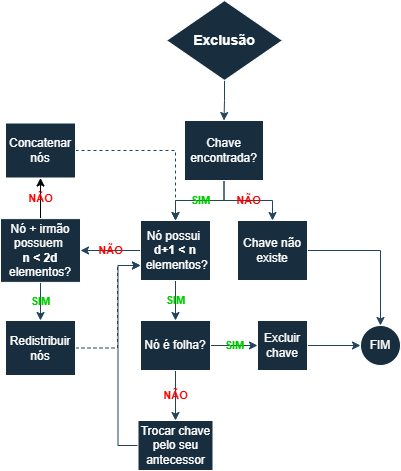
Above: fluxograma_exclusao_arvore-b.png in FilipeFCampos/EDB2-U3 (draw.io), before the change. Source tidied: cells renumbered, new cells last; positions are measured from the earlier drawing's top-left corner, leaving out a move shared by most shapes.
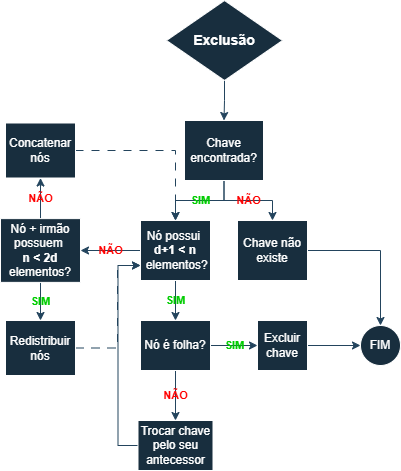
The same diagram one commit later.

Commit message:
Fluxograma melhorado

Change to the diagram source:
```diff
@@ -56,7 +56,7 @@
     <mxCell id="19" value="Trocar chave pelo seu antecessor" style="rounded=0;whiteSpace=wrap;html=1;labelBackgroundColor=none;fillColor=#182E3E;strokeColor=#FFFFFF;fontColor=#FFFFFF;" parent="1" vertex="1">
       <mxGeometry x="137.5" y="420" width="75" height="50" as="geometry" />
     </mxCell>
-    <mxCell id="20" style="edgeStyle=orthogonalEdgeStyle;rounded=0;jettySize=auto;html=1;exitX=1;exitY=0.5;exitDx=0;exitDy=0;entryX=0.5;entryY=0;entryDx=0;entryDy=0;strokeColor=#23445D;dashed=1;" parent="1" edge="1" source="21" target="9">
+    <mxCell id="20" style="edgeStyle=orthogonalEdgeStyle;rounded=0;jettySize=auto;html=1;exitX=1;exitY=0.5;exitDx=0;exitDy=0;entryX=0.5;entryY=0;entryDx=0;entryDy=0;strokeColor=#23445D;dashed=1;dashPattern=8 8;" parent="1" edge="1" source="21" target="9">
       <mxGeometry relative="1" as="geometry" />
     </mxCell>
     <mxCell id="21" value="Concatenar nós" style="rounded=0;whiteSpace=wrap;html=1;labelBackgroundColor=none;fillColor=#182E3E;strokeColor=#FFFFFF;fontColor=#FFFFFF;" parent="1" vertex="1">
@@ -65,13 +65,13 @@
     <mxCell id="22" value="SIM" style="edgeStyle=orthogonalEdgeStyle;rounded=0;jettySize=auto;html=1;exitX=0.5;exitY=1;exitDx=0;exitDy=0;strokeColor=#23445D;fontStyle=1;entryX=0.5;entryY=0;entryDx=0;entryDy=0;labelBackgroundColor=none;fontColor=#00CC00;" parent="1" edge="1" source="24" target="26">
       <mxGeometry relative="1" as="geometry" />
     </mxCell>
-    <mxCell id="23" value="NÃO" style="edgeStyle=orthogonalEdgeStyle;rounded=0;jettySize=auto;html=1;labelBackgroundColor=none;fontColor=#FF0000;fontStyle=1;" parent="1" edge="1" source="24" target="21">
+    <mxCell id="23" value="NÃO" style="edgeStyle=orthogonalEdgeStyle;rounded=0;jettySize=auto;html=1;labelBackgroundColor=none;fontColor=#FF0000;fontStyle=1;strokeColor=#23445D;" parent="1" edge="1" source="24" target="21">
       <mxGeometry relative="1" as="geometry" />
     </mxCell>
     <mxCell id="24" value="Nó + irmão possuem&amp;nbsp;&lt;div&gt;&lt;b&gt;n &amp;lt;&amp;nbsp;2d&lt;/b&gt; elementos?&lt;/div&gt;" style="rounded=0;whiteSpace=wrap;html=1;strokeColor=#FFFFFF;fontColor=#FFFFFF;fillColor=#182E3E;" parent="1" vertex="1">
       <mxGeometry y="218.1" width="80" height="63.8" as="geometry" />
     </mxCell>
-    <mxCell id="25" style="edgeStyle=orthogonalEdgeStyle;rounded=0;jettySize=auto;html=1;exitX=1;exitY=0.5;exitDx=0;exitDy=0;entryX=0;entryY=0.75;entryDx=0;entryDy=0;strokeColor=#23445D;dashed=1;" parent="1" edge="1" source="26" target="9">
+    <mxCell id="25" style="edgeStyle=orthogonalEdgeStyle;rounded=0;jettySize=auto;html=1;exitX=1;exitY=0.5;exitDx=0;exitDy=0;entryX=0;entryY=0.75;entryDx=0;entryDy=0;strokeColor=#23445D;dashed=1;dashPattern=8 8;" parent="1" edge="1" source="26" target="9">
       <mxGeometry relative="1" as="geometry">
         <Array as="points">
           <mxPoint x="117" y="348" />
```
